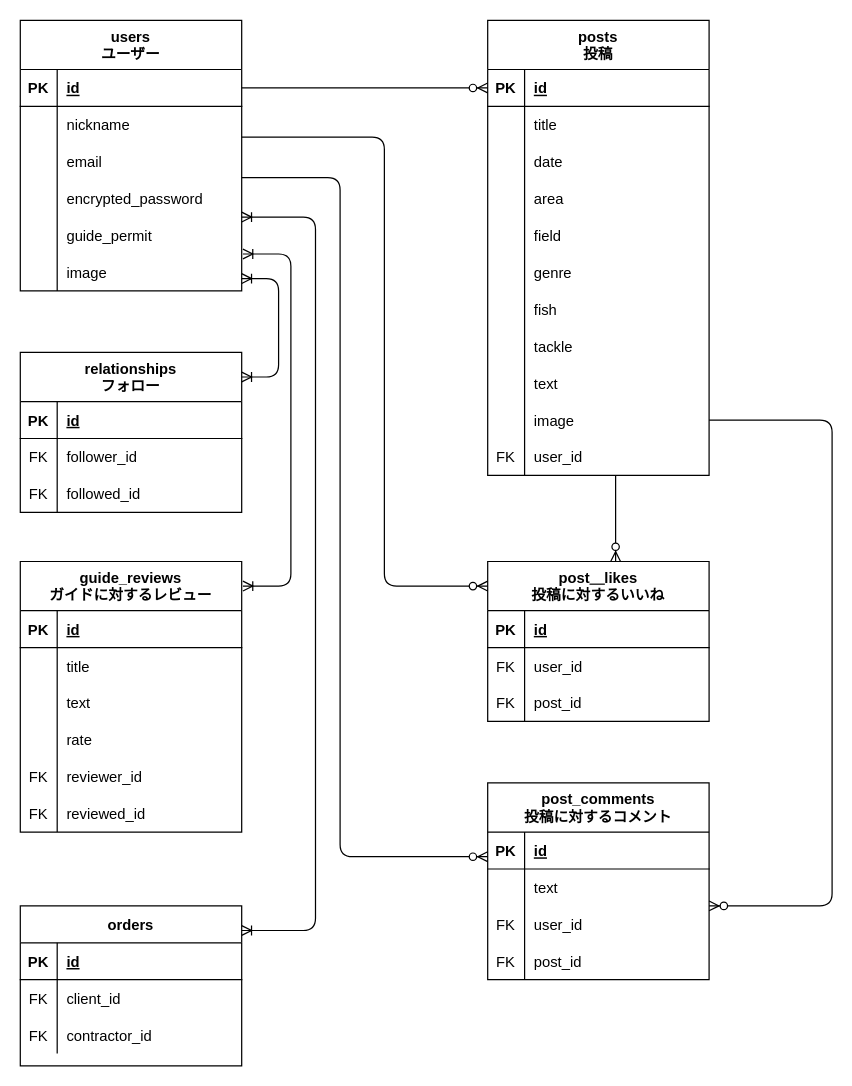
The draw.io diagram totojiman.dio in umigame4031/totojiman, before the edit. Source tidied: cells renumbered, new cells numbered last; positions are measured from the earlier drawing's top-left corner, leaving out a move shared by most shapes. Both pictures are drawn from the tidied source at 123%, with x=0, y=0 at pixel (20, 20).
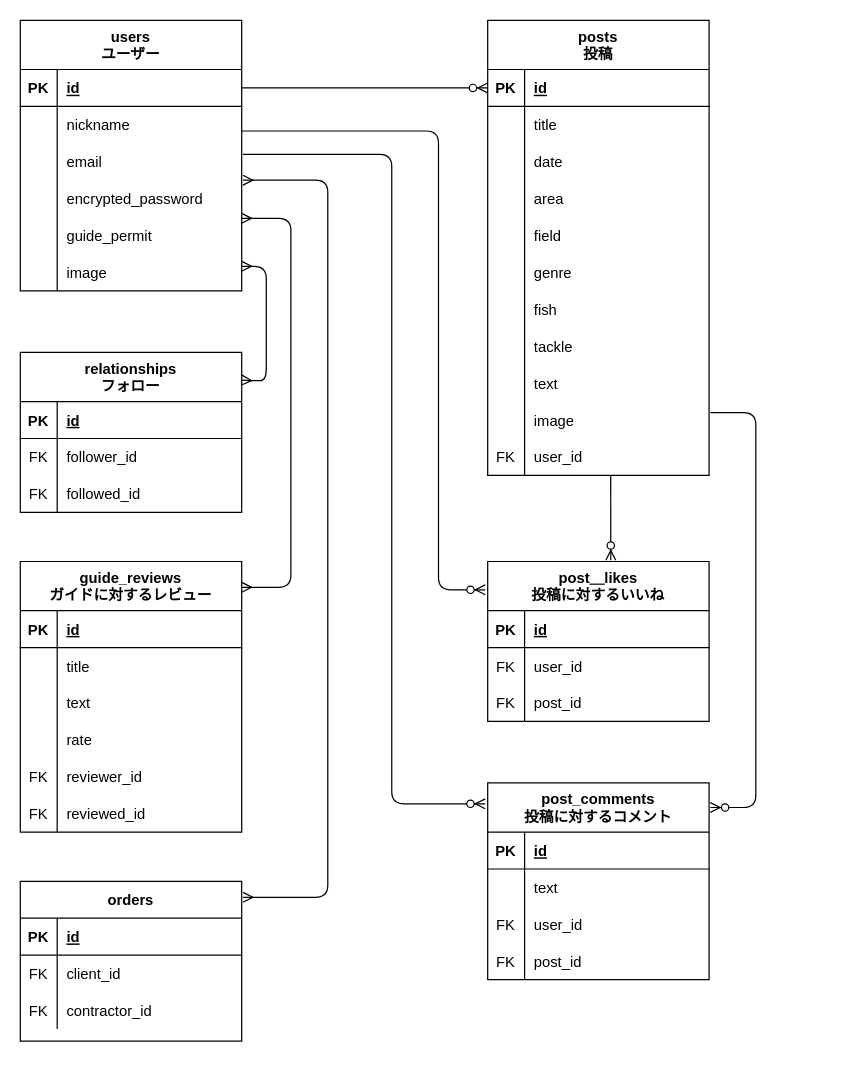
After the change.

Unchanged cells that the change refers to:
```xml
<mxCell id="3" style="shape=partialRectangle;fillColor=none;top=0;left=0;bottom=1;right=0;points=[[0,0.5],[1,0.5]];portConstraint=eastwest;" parent="2" vertex="1">
  <mxGeometry y="40" width="180" height="30" as="geometry" />
</mxCell>
<mxCell id="12" style="shape=partialRectangle;fillColor=none;top=0;left=0;bottom=0;right=0;points=[[0,0.5],[1,0.5]];portConstraint=eastwest;" parent="2" vertex="1">
  <mxGeometry y="130" width="180" height="30" as="geometry" />
</mxCell>
<mxCell id="22" style="shape=partialRectangle;fillColor=none;top=0;left=0;bottom=1;right=0;points=[[0,0.5],[1,0.5]];portConstraint=eastwest;" parent="21" vertex="1">
  <mxGeometry y="40" width="180" height="30" as="geometry" />
</mxCell>
<mxCell id="65" value="post＿likes&#10;投稿に対するいいね" style="shape=table;startSize=40;childLayout=tableLayout;rowLines=0;fontStyle=1;align=center;" parent="1" vertex="1">
  <mxGeometry x="380" y="440" width="180" height="130" as="geometry" />
</mxCell>
```

Diff of the diagram source:
```diff
@@
     <mxCell id="107" value="orders" style="shape=table;startSize=30;childLayout=tableLayout;rowLines=0;fontStyle=1;align=center;" parent="1" vertex="1">
-      <mxGeometry y="720" width="180" height="130" as="geometry" />
+      <mxGeometry y="700" width="180" height="130" as="geometry" />
     </mxCell>
@@
+    <mxCell id="126" style="fontSize=12;html=1;endArrow=ERzeroToMany;endFill=1;strokeWidth=1;exitX=1;exitY=0.5;exitDx=0;exitDy=0;entryX=0;entryY=0.5;entryDx=0;entryDy=0;" parent="1" edge="1" source="3" target="22">
+      <mxGeometry relative="1" as="geometry" />
+    </mxCell>
+    <mxCell id="127" style="fontSize=12;html=1;endArrow=ERzeroToMany;endFill=1;strokeWidth=1;entryX=0.556;entryY=-0.008;entryDx=0;entryDy=0;entryPerimeter=0;" parent="1" edge="1" target="65">
+      <mxGeometry relative="1" as="geometry">
+        <mxPoint x="480" y="370" as="sourcePoint" />
+      </mxGeometry>
+    </mxCell>
+    <mxCell id="128" style="edgeStyle=orthogonalEdgeStyle;fontSize=12;html=1;endArrow=ERzeroToMany;endFill=1;strokeWidth=1;entryX=-0.011;entryY=0.177;entryDx=0;entryDy=0;entryPerimeter=0;" parent="1" edge="1" target="65">
+      <mxGeometry relative="1" as="geometry">
+        <mxPoint x="180" y="90" as="sourcePoint" />
+        <Array as="points">
+          <mxPoint x="340" y="90" />
+          <mxPoint x="340" y="463" />
+        </Array>
+      </mxGeometry>
+    </mxCell>
+    <mxCell id="129" style="edgeStyle=orthogonalEdgeStyle;fontSize=12;html=1;endArrow=ERmany;startArrow=ERmany;strokeWidth=1;entryX=1;entryY=0.25;entryDx=0;entryDy=0;" parent="1" edge="1">
+      <mxGeometry relative="1" as="geometry">
+        <mxPoint x="180" y="200" as="sourcePoint" />
+        <mxPoint x="180" y="292.5" as="targetPoint" />
+        <Array as="points">
+          <mxPoint x="200" y="200" />
+          <mxPoint x="200" y="293" />
+          <mxPoint x="190" y="293" />
+        </Array>
+      </mxGeometry>
+    </mxCell>
-    <mxCell id="117" style="edgeStyle=entityRelationEdgeStyle;fontSize=12;html=1;endArrow=ERzeroToMany;endFill=1;entryX=0;entryY=0.5;entryDx=0;entryDy=0;exitX=1;exitY=0.5;exitDx=0;exitDy=0;" parent="1" edge="1" source="3" target="22">
-      <mxGeometry relative="1" as="geometry" />
+    <mxCell id="117" style="edgeStyle=orthogonalEdgeStyle;fontSize=12;html=1;endArrow=ERmany;startArrow=ERmany;strokeWidth=1;" parent="1" edge="1">
+      <mxGeometry relative="1" as="geometry">
+        <mxPoint x="180" y="161" as="sourcePoint" />
+        <mxPoint x="180" y="461" as="targetPoint" />
+        <Array as="points">
+          <mxPoint x="220" y="161" />
+          <mxPoint x="220" y="461" />
+        </Array>
+      </mxGeometry>
     </mxCell>
-    <mxCell id="118" style="edgeStyle=entityRelationEdgeStyle;fontSize=12;html=1;endArrow=ERoneToMany;startArrow=ERoneToMany;strokeColor=none;" parent="1" edge="1">
-      <mxGeometry relative="1" as="geometry">
-        <mxPoint x="180" y="210" as="sourcePoint" />
-        <mxPoint x="240" y="340" as="targetPoint" />
-      </mxGeometry>
-    </mxCell>
-    <mxCell id="119" style="edgeStyle=orthogonalEdgeStyle;fontSize=12;html=1;endArrow=ERoneToMany;startArrow=ERoneToMany;" parent="1" edge="1">
+    <mxCell id="119" style="edgeStyle=orthogonalEdgeStyle;fontSize=12;html=1;endArrow=ERmany;startArrow=ERmany;strokeWidth=1;entryX=1.006;entryY=0.1;entryDx=0;entryDy=0;entryPerimeter=0;" parent="1" edge="1" target="107">
       <mxGeometry relative="1" as="geometry">
-        <mxPoint x="180" y="290" as="sourcePoint" />
-        <mxPoint x="180" y="210" as="targetPoint" />
+        <mxPoint x="181" y="130" as="sourcePoint" />
         <Array as="points">
-          <mxPoint x="210" y="290" />
-          <mxPoint x="210" y="210" />
+          <mxPoint x="250" y="130" />
+          <mxPoint x="250" y="713" />
         </Array>
       </mxGeometry>
     </mxCell>
-    <mxCell id="120" style="fontSize=12;html=1;endArrow=ERzeroToMany;endFill=1;entryX=0.578;entryY=-0.031;entryDx=0;entryDy=0;entryPerimeter=0;targetPerimeterSpacing=0;" parent="1" edge="1">
-      <mxGeometry relative="1" as="geometry">
-        <mxPoint x="484" y="370" as="sourcePoint" />
-        <mxPoint x="484" y="440" as="targetPoint" />
-      </mxGeometry>
-    </mxCell>
-    <mxCell id="121" style="edgeStyle=orthogonalEdgeStyle;fontSize=12;html=1;endArrow=ERzeroToMany;endFill=1;exitX=1.022;exitY=0.833;exitDx=0;exitDy=0;exitPerimeter=0;targetPerimeterSpacing=0;strokeWidth=1;" parent="1" edge="1">
-      <mxGeometry relative="1" as="geometry">
-        <mxPoint x="180" y="95" as="sourcePoint" />
-        <mxPoint x="380" y="460" as="targetPoint" />
-        <Array as="points">
-          <mxPoint x="296" y="95" />
-          <mxPoint x="296" y="460" />
-        </Array>
-      </mxGeometry>
-    </mxCell>
-    <mxCell id="122" style="edgeStyle=orthogonalEdgeStyle;fontSize=12;html=1;endArrow=ERzeroToMany;endFill=1;strokeWidth=1;" parent="1" edge="1">
-      <mxGeometry relative="1" as="geometry">
-        <mxPoint x="560" y="325" as="sourcePoint" />
-        <mxPoint x="560" y="720" as="targetPoint" />
-        <Array as="points">
-          <mxPoint x="660" y="325" />
-          <mxPoint x="660" y="720" />
-        </Array>
-      </mxGeometry>
-    </mxCell>
-    <mxCell id="123" style="edgeStyle=orthogonalEdgeStyle;fontSize=12;html=1;endArrow=ERzeroToMany;endFill=1;strokeWidth=1;exitX=1;exitY=-0.067;exitDx=0;exitDy=0;exitPerimeter=0;" parent="1" edge="1" source="12">
-      <mxGeometry relative="1" as="geometry">
-        <mxPoint x="380" y="680" as="targetPoint" />
-        <Array as="points">
-          <mxPoint x="260" y="128" />
-          <mxPoint x="260" y="680" />
-          <mxPoint x="380" y="680" />
-        </Array>
-      </mxGeometry>
-    </mxCell>
-    <mxCell id="124" style="edgeStyle=orthogonalEdgeStyle;fontSize=12;html=1;endArrow=ERoneToMany;startArrow=ERoneToMany;" parent="1" edge="1">
-      <mxGeometry relative="1" as="geometry">
-        <mxPoint x="181" y="460" as="sourcePoint" />
-        <mxPoint x="181" y="190" as="targetPoint" />
-        <Array as="points">
-          <mxPoint x="220" y="460" />
-          <mxPoint x="220" y="190" />
-        </Array>
-      </mxGeometry>
-    </mxCell>
-    <mxCell id="125" style="edgeStyle=orthogonalEdgeStyle;fontSize=12;html=1;endArrow=ERoneToMany;startArrow=ERoneToMany;" parent="1" edge="1">
-      <mxGeometry relative="1" as="geometry">
-        <mxPoint x="180" y="740" as="sourcePoint" />
-        <mxPoint x="180" y="160" as="targetPoint" />
-        <Array as="points">
-          <mxPoint x="180" y="740" />
-          <mxPoint x="240" y="740" />
-          <mxPoint x="240" y="160" />
-        </Array>
-      </mxGeometry>
-    </mxCell>
+    <mxCell id="130" style="edgeStyle=orthogonalEdgeStyle;fontSize=12;html=1;endArrow=ERzeroToMany;endFill=1;strokeWidth=1;exitX=1.017;exitY=0.3;exitDx=0;exitDy=0;exitPerimeter=0;" parent="1" edge="1">
+      <mxGeometry relative="1" as="geometry">
+        <mxPoint x="561.1" y="319" as="sourcePoint" />
+        <mxPoint x="561" y="640" as="targetPoint" />
+        <Array as="points">
+          <mxPoint x="598" y="319" />
+          <mxPoint x="598" y="640" />
+        </Array>
+      </mxGeometry>
+    </mxCell>
+    <mxCell id="131" style="edgeStyle=orthogonalEdgeStyle;fontSize=12;html=1;endArrow=ERzeroToMany;endFill=1;strokeWidth=1;exitX=1.022;exitY=0.3;exitDx=0;exitDy=0;exitPerimeter=0;entryX=-0.022;entryY=0.106;entryDx=0;entryDy=0;entryPerimeter=0;targetPerimeterSpacing=13;" parent="1" edge="1">
+      <mxGeometry relative="1" as="geometry">
+        <mxPoint x="181" y="109" as="sourcePoint" />
+        <mxPoint x="378" y="637" as="targetPoint" />
+        <Array as="points">
+          <mxPoint x="302" y="109" />
+          <mxPoint x="302" y="637" />
+        </Array>
+      </mxGeometry>
+    </mxCell>
```
